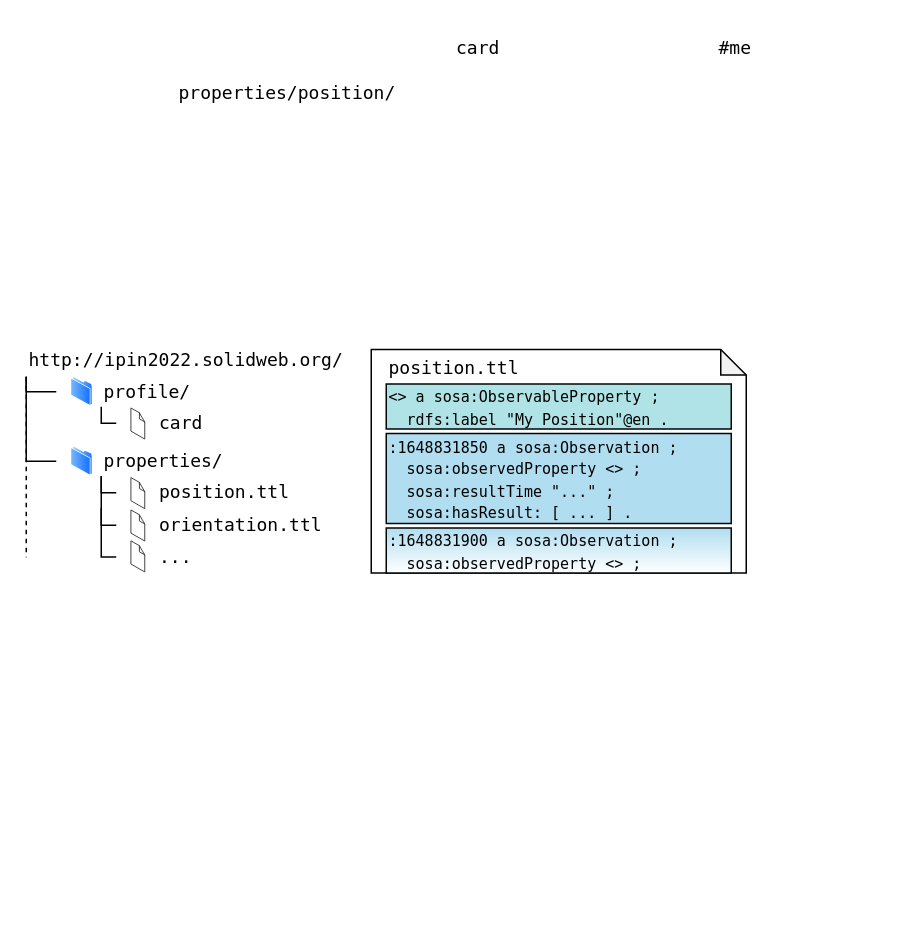
OpenHPS/openhps-solid keeps this draw.io diagram as page "Page-7" (6 of 7) of docs/media/images/solid.drawio. Above is the earlier version. Source tidied: cells renumbered, new cells numbered last; positions are measured from the earlier drawing's top-left corner, leaving out a move shared by most shapes. Both pictures are drawn from the tidied source at 150%, with x=0, y=0 at pixel (26, 26).
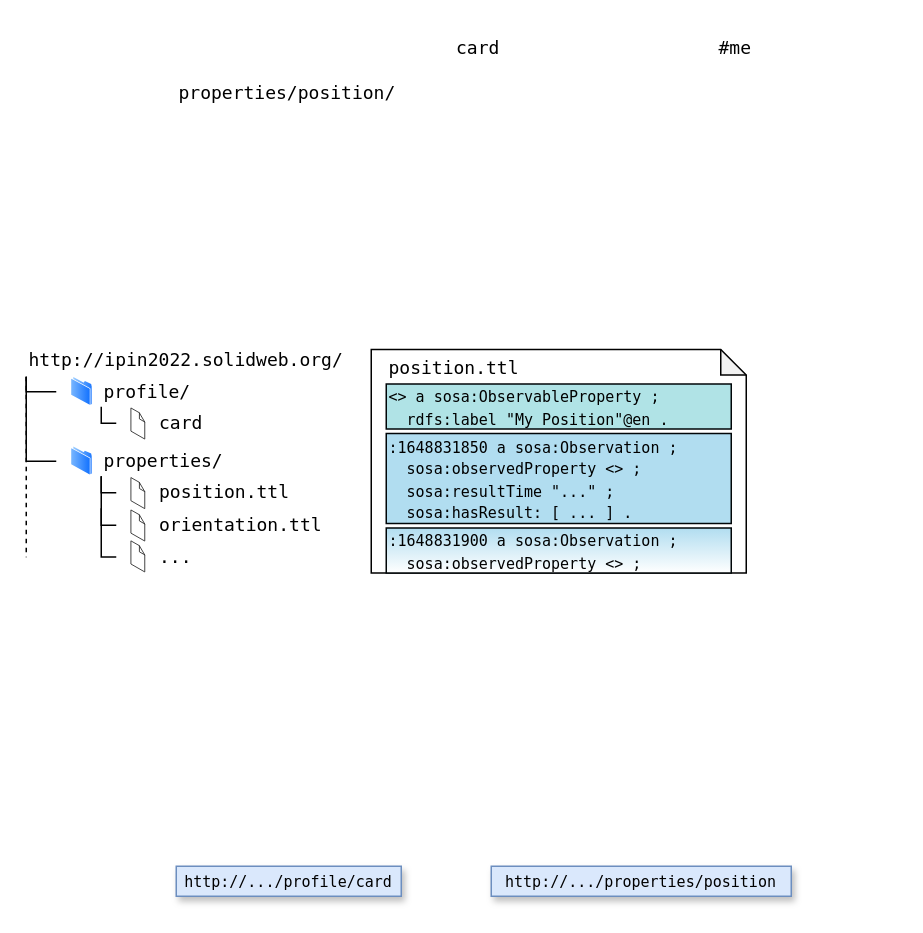
The same diagram, later.

The edit, as a diff of the source:
```diff
@@
+    <mxCell id="30" value="http://.../profile/card" style="rounded=0;whiteSpace=wrap;html=1;shadow=1;fillColor=#dae8fc;strokeColor=#6c8ebf;fontFamily=Lucida Console;fontSize=10;" parent="1" vertex="1">
+      <mxGeometry x="100" y="560" width="150" height="20" as="geometry" />
+    </mxCell>
+    <mxCell id="31" value="http://.../properties/position" style="rounded=0;whiteSpace=wrap;html=1;shadow=1;fillColor=#dae8fc;strokeColor=#6c8ebf;fontFamily=Lucida Console;fontSize=10;" parent="1" vertex="1">
+      <mxGeometry x="310" y="560" width="200" height="20" as="geometry" />
+    </mxCell>
```
